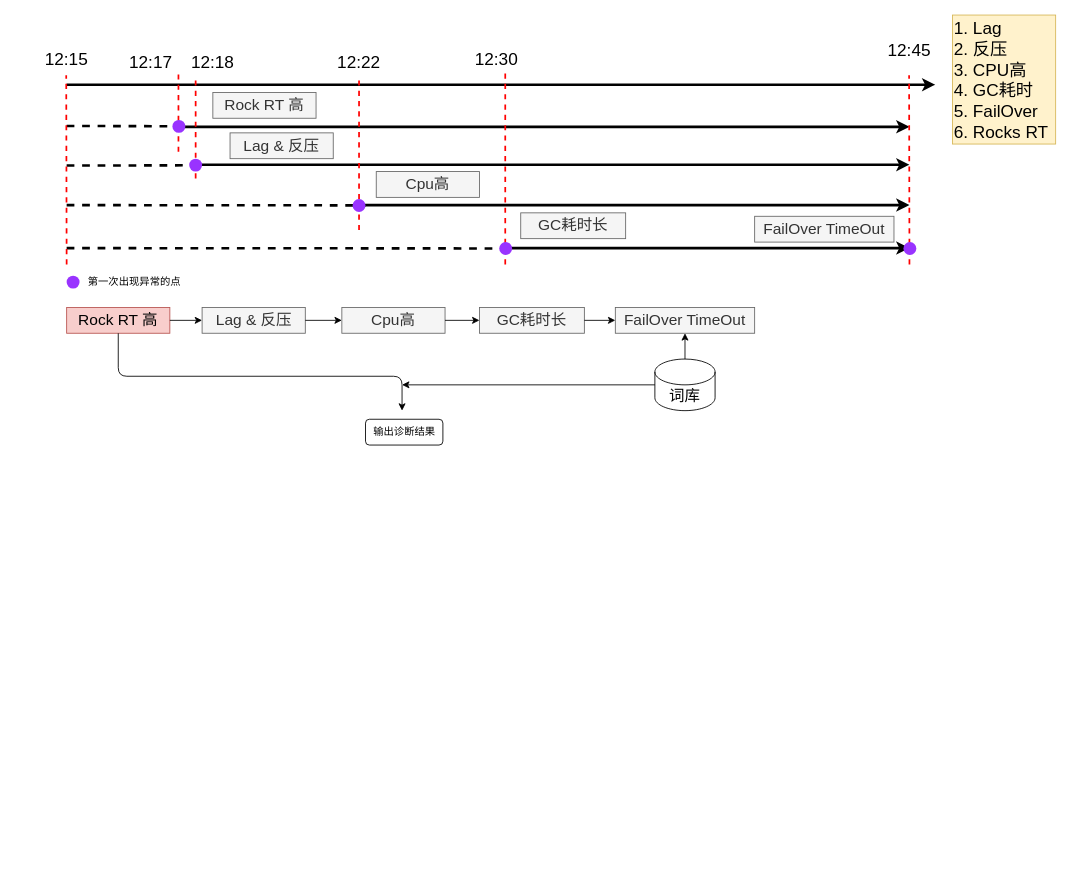
Above: daily-works/flink/Flink-Diagnosis.drawio in imperio-wxm/draw (draw.io), before the change. Source tidied: cells renumbered, new cells numbered last; positions are measured from the earlier drawing's top-left corner, leaving out a move shared by most shapes. Both pictures are drawn from the tidied source at 86%, with x=0, y=0 at pixel (32, 15).
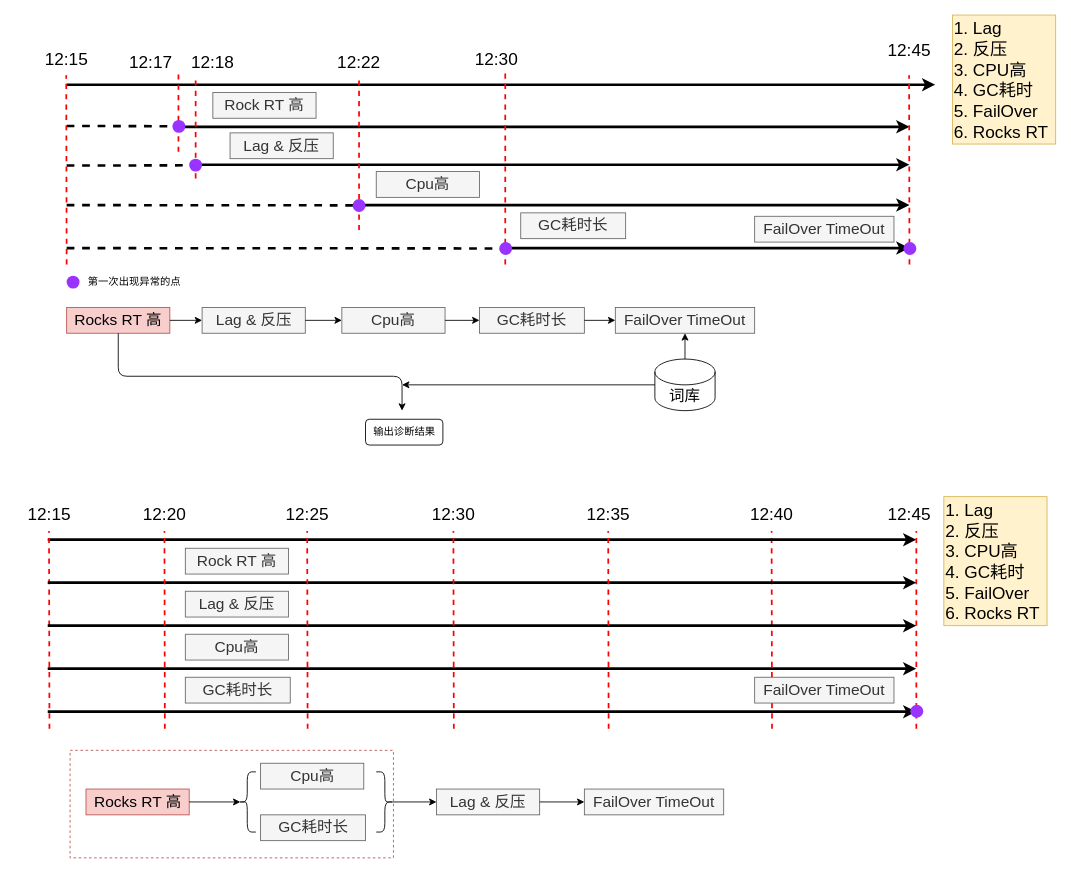
Above is the later version.

Diff of the diagram source:
```diff
@@
+    <mxCell id="51" style="rounded=0;whiteSpace=wrap;html=1;strokeWidth=1;dashed=1;strokeColor=#b85450;fillColor=none;" parent="1" vertex="1">
+      <mxGeometry x="44" y="855" width="376" height="125" as="geometry" />
+    </mxCell>
+    <mxCell id="52" style="endArrow=none;dashed=1;html=1;strokeColor=#FF0000;strokeWidth=2;" parent="1" edge="1">
+      <mxGeometry relative="1" as="geometry">
+        <mxPoint x="860.2" y="830" as="sourcePoint" />
+        <mxPoint x="859.7" y="600" as="targetPoint" />
+      </mxGeometry>
+    </mxCell>
@@
-    <mxCell id="37" value="&lt;font style=&quot;font-size: 18px&quot;&gt;Rock RT 高&lt;/font&gt;" style="text;html=1;strokeColor=#b85450;fillColor=#f8cecc;align=center;verticalAlign=middle;whiteSpace=wrap;rounded=0;" parent="1" vertex="1">
+    <mxCell id="37" value="&lt;font style=&quot;font-size: 18px&quot;&gt;Rocks RT 高&lt;/font&gt;" style="text;html=1;strokeColor=#b85450;fillColor=#f8cecc;align=center;verticalAlign=middle;whiteSpace=wrap;rounded=0;" parent="1" vertex="1">
       <mxGeometry x="40" y="340" width="120" height="30" as="geometry" />
     </mxCell>
@@
+    <mxCell id="53" style="endArrow=classic;html=1;strokeWidth=3;" parent="1" edge="1">
+      <mxGeometry relative="1" as="geometry">
+        <mxPoint x="18" y="610" as="sourcePoint" />
+        <mxPoint x="1028" y="610" as="targetPoint" />
+      </mxGeometry>
+    </mxCell>
+    <mxCell id="54" value="&lt;font style=&quot;font-size: 20px&quot;&gt;12:15&lt;/font&gt;" style="text;html=1;strokeColor=none;fillColor=none;align=center;verticalAlign=middle;whiteSpace=wrap;rounded=0;" parent="1" vertex="1">
+      <mxGeometry x="-20" y="570" width="80" height="20" as="geometry" />
+    </mxCell>
+    <mxCell id="55" value="&lt;font style=&quot;font-size: 20px&quot;&gt;12:45&lt;/font&gt;" style="text;html=1;strokeColor=none;fillColor=none;align=center;verticalAlign=middle;whiteSpace=wrap;rounded=0;" parent="1" vertex="1">
+      <mxGeometry x="980" y="570" width="80" height="20" as="geometry" />
+    </mxCell>
+    <mxCell id="56" value="&lt;div&gt;&lt;span style=&quot;font-size: 20px&quot;&gt;1. Lag&lt;/span&gt;&lt;/div&gt;&lt;span style=&quot;font-size: 20px&quot;&gt;&lt;div&gt;&lt;span&gt;2. 反压&lt;/span&gt;&lt;/div&gt;&lt;div&gt;&lt;span&gt;3. CPU高&lt;/span&gt;&lt;/div&gt;&lt;div&gt;&lt;span&gt;4. GC耗时&lt;/span&gt;&lt;/div&gt;&lt;div&gt;&lt;span&gt;5. FailOver&lt;/span&gt;&lt;/div&gt;&lt;div&gt;&lt;span&gt;6. Rocks RT&lt;/span&gt;&lt;/div&gt;&lt;/span&gt;" style="text;html=1;strokeColor=#d6b656;fillColor=#fff2cc;align=left;verticalAlign=middle;whiteSpace=wrap;rounded=0;" parent="1" vertex="1">
+      <mxGeometry x="1060" y="560" width="120" height="150" as="geometry" />
+    </mxCell>
+    <mxCell id="57" value="&lt;font style=&quot;font-size: 20px&quot;&gt;12:20&lt;/font&gt;" style="text;html=1;strokeColor=none;fillColor=none;align=center;verticalAlign=middle;whiteSpace=wrap;rounded=0;" parent="1" vertex="1">
+      <mxGeometry x="114" y="570" width="80" height="20" as="geometry" />
+    </mxCell>
+    <mxCell id="58" value="&lt;font style=&quot;font-size: 20px&quot;&gt;12:30&lt;/font&gt;" style="text;html=1;strokeColor=none;fillColor=none;align=center;verticalAlign=middle;whiteSpace=wrap;rounded=0;" parent="1" vertex="1">
+      <mxGeometry x="450" y="570" width="80" height="20" as="geometry" />
+    </mxCell>
+    <mxCell id="59" value="&lt;font style=&quot;font-size: 20px&quot;&gt;12:25&lt;/font&gt;" style="text;html=1;strokeColor=none;fillColor=none;align=center;verticalAlign=middle;whiteSpace=wrap;rounded=0;" parent="1" vertex="1">
+      <mxGeometry x="280" y="570" width="80" height="20" as="geometry" />
+    </mxCell>
+    <mxCell id="60" value="&lt;font style=&quot;font-size: 20px&quot;&gt;12:40&lt;/font&gt;" style="text;html=1;strokeColor=none;fillColor=none;align=center;verticalAlign=middle;whiteSpace=wrap;rounded=0;" parent="1" vertex="1">
+      <mxGeometry x="820" y="570" width="80" height="20" as="geometry" />
+    </mxCell>
+    <mxCell id="61" value="&lt;font style=&quot;font-size: 20px&quot;&gt;12:35&lt;/font&gt;" style="text;html=1;strokeColor=none;fillColor=none;align=center;verticalAlign=middle;whiteSpace=wrap;rounded=0;" parent="1" vertex="1">
+      <mxGeometry x="630" y="570" width="80" height="20" as="geometry" />
+    </mxCell>
+    <mxCell id="62" style="endArrow=none;dashed=1;html=1;strokeColor=#FF0000;strokeWidth=2;" parent="1" edge="1">
+      <mxGeometry relative="1" as="geometry">
+        <mxPoint x="20" y="830" as="sourcePoint" />
+        <mxPoint x="19.5" y="600" as="targetPoint" />
+      </mxGeometry>
+    </mxCell>
+    <mxCell id="63" style="endArrow=none;dashed=1;html=1;strokeColor=#FF0000;strokeWidth=2;" parent="1" edge="1">
+      <mxGeometry relative="1" as="geometry">
+        <mxPoint x="1028" y="830" as="sourcePoint" />
+        <mxPoint x="1028" y="600" as="targetPoint" />
+      </mxGeometry>
+    </mxCell>
+    <mxCell id="64" style="endArrow=classic;html=1;strokeWidth=3;" parent="1" edge="1">
+      <mxGeometry relative="1" as="geometry">
+        <mxPoint x="18" y="660" as="sourcePoint" />
+        <mxPoint x="1028" y="660" as="targetPoint" />
+      </mxGeometry>
+    </mxCell>
+    <mxCell id="65" style="endArrow=classic;html=1;strokeWidth=3;" parent="1" edge="1">
+      <mxGeometry relative="1" as="geometry">
+        <mxPoint x="18" y="710" as="sourcePoint" />
+        <mxPoint x="1028" y="710" as="targetPoint" />
+      </mxGeometry>
+    </mxCell>
+    <mxCell id="66" style="endArrow=classic;html=1;strokeWidth=3;" parent="1" edge="1">
+      <mxGeometry relative="1" as="geometry">
+        <mxPoint x="18" y="760" as="sourcePoint" />
+        <mxPoint x="1028" y="760" as="targetPoint" />
+      </mxGeometry>
+    </mxCell>
+    <mxCell id="67" value="&lt;font style=&quot;font-size: 18px&quot;&gt;Rock RT 高&lt;/font&gt;" style="text;html=1;strokeColor=#666666;fillColor=#f5f5f5;align=center;verticalAlign=middle;whiteSpace=wrap;rounded=0;fontColor=#333333;" parent="1" vertex="1">
+      <mxGeometry x="178" y="620" width="120" height="30" as="geometry" />
+    </mxCell>
+    <mxCell id="68" value="&lt;font style=&quot;font-size: 18px&quot;&gt;Lag &amp;amp; 反压&lt;/font&gt;" style="text;html=1;strokeColor=#666666;fillColor=#f5f5f5;align=center;verticalAlign=middle;whiteSpace=wrap;rounded=0;fontColor=#333333;" parent="1" vertex="1">
+      <mxGeometry x="178" y="670" width="120" height="30" as="geometry" />
+    </mxCell>
+    <mxCell id="69" value="&lt;span style=&quot;font-size: 18px&quot;&gt;Cpu高&lt;/span&gt;" style="text;html=1;strokeColor=#666666;fillColor=#f5f5f5;align=center;verticalAlign=middle;whiteSpace=wrap;rounded=0;fontColor=#333333;" parent="1" vertex="1">
+      <mxGeometry x="178" y="720" width="120" height="30" as="geometry" />
+    </mxCell>
+    <mxCell id="70" style="endArrow=classic;html=1;strokeWidth=3;" parent="1" edge="1">
+      <mxGeometry relative="1" as="geometry">
+        <mxPoint x="18" y="810" as="sourcePoint" />
+        <mxPoint x="1028" y="810" as="targetPoint" />
+      </mxGeometry>
+    </mxCell>
+    <mxCell id="71" value="&lt;span style=&quot;font-size: 18px&quot;&gt;GC耗时长&lt;/span&gt;" style="text;html=1;strokeColor=#666666;fillColor=#f5f5f5;align=center;verticalAlign=middle;whiteSpace=wrap;rounded=0;fontColor=#333333;" parent="1" vertex="1">
+      <mxGeometry x="178" y="770" width="122" height="30" as="geometry" />
+    </mxCell>
+    <mxCell id="72" style="ellipse;whiteSpace=wrap;html=1;strokeColor=none;fillColor=#9933FF;" parent="1" vertex="1">
+      <mxGeometry x="1021" y="802" width="15" height="15" as="geometry" />
+    </mxCell>
+    <mxCell id="73" value="&lt;span style=&quot;font-size: 18px&quot;&gt;FailOver TimeOut&lt;/span&gt;" style="text;html=1;strokeColor=#666666;fillColor=#f5f5f5;align=center;verticalAlign=middle;whiteSpace=wrap;rounded=0;fontColor=#333333;" parent="1" vertex="1">
+      <mxGeometry x="840" y="770" width="162" height="30" as="geometry" />
+    </mxCell>
+    <mxCell id="74" style="endArrow=none;dashed=1;html=1;strokeColor=#FF0000;strokeWidth=2;" parent="1" edge="1">
+      <mxGeometry relative="1" as="geometry">
+        <mxPoint x="154.2" y="830" as="sourcePoint" />
+        <mxPoint x="153.7" y="600" as="targetPoint" />
+      </mxGeometry>
+    </mxCell>
+    <mxCell id="75" style="endArrow=none;dashed=1;html=1;strokeColor=#FF0000;strokeWidth=2;" parent="1" edge="1">
+      <mxGeometry relative="1" as="geometry">
+        <mxPoint x="320.2" y="830" as="sourcePoint" />
+        <mxPoint x="319.7" y="600" as="targetPoint" />
+      </mxGeometry>
+    </mxCell>
+    <mxCell id="76" style="endArrow=none;dashed=1;html=1;strokeColor=#FF0000;strokeWidth=2;" parent="1" edge="1">
+      <mxGeometry relative="1" as="geometry">
+        <mxPoint x="490.2" y="830" as="sourcePoint" />
+        <mxPoint x="489.7" y="600" as="targetPoint" />
+      </mxGeometry>
+    </mxCell>
+    <mxCell id="77" style="endArrow=none;dashed=1;html=1;strokeColor=#FF0000;strokeWidth=2;" parent="1" edge="1">
+      <mxGeometry relative="1" as="geometry">
+        <mxPoint x="670.2" y="830" as="sourcePoint" />
+        <mxPoint x="669.7" y="600" as="targetPoint" />
+      </mxGeometry>
+    </mxCell>
+    <mxCell id="78" value="&lt;font style=&quot;font-size: 18px&quot;&gt;Rocks RT 高&lt;/font&gt;" style="text;html=1;strokeColor=#b85450;fillColor=#f8cecc;align=center;verticalAlign=middle;whiteSpace=wrap;rounded=0;" parent="1" vertex="1">
+      <mxGeometry x="62.5" y="900" width="120" height="30" as="geometry" />
+    </mxCell>
+    <mxCell id="79" value="&lt;span style=&quot;font-size: 18px&quot;&gt;Cpu高&lt;/span&gt;" style="text;html=1;strokeColor=#666666;fillColor=#f5f5f5;align=center;verticalAlign=middle;whiteSpace=wrap;rounded=0;fontColor=#333333;" parent="1" vertex="1">
+      <mxGeometry x="265.5" y="870" width="120" height="30" as="geometry" />
+    </mxCell>
+    <mxCell id="80" value="&lt;span style=&quot;font-size: 18px&quot;&gt;GC耗时长&lt;/span&gt;" style="text;html=1;strokeColor=#666666;fillColor=#f5f5f5;align=center;verticalAlign=middle;whiteSpace=wrap;rounded=0;fontColor=#333333;" parent="1" vertex="1">
+      <mxGeometry x="265.5" y="930" width="122" height="30" as="geometry" />
+    </mxCell>
+    <mxCell id="81" value="&lt;font style=&quot;font-size: 18px&quot;&gt;Lag &amp;amp; 反压&lt;/font&gt;" style="text;html=1;strokeColor=#666666;fillColor=#f5f5f5;align=center;verticalAlign=middle;whiteSpace=wrap;rounded=0;fontColor=#333333;" parent="1" vertex="1">
+      <mxGeometry x="470" y="900" width="120" height="30" as="geometry" />
+    </mxCell>
+    <mxCell id="82" style="shape=curlyBracket;whiteSpace=wrap;html=1;rounded=1;strokeWidth=1;fillColor=#ffffff;gradientColor=none;rotation=-180;" parent="1" vertex="1">
+      <mxGeometry x="400" y="880" width="20" height="70" as="geometry" />
+    </mxCell>
+    <mxCell id="83" style="shape=curlyBracket;whiteSpace=wrap;html=1;rounded=1;strokeWidth=1;fillColor=#ffffff;gradientColor=none;rotation=0;" parent="1" vertex="1">
+      <mxGeometry x="240" y="880" width="20" height="70" as="geometry" />
+    </mxCell>
+    <mxCell id="84" style="endArrow=classic;html=1;strokeColor=#000000;strokeWidth=1;exitX=1;exitY=0.5;exitDx=0;exitDy=0;entryX=0.1;entryY=0.5;entryDx=0;entryDy=0;entryPerimeter=0;" parent="1" edge="1" source="78" target="83">
+      <mxGeometry relative="1" as="geometry" />
+    </mxCell>
+    <mxCell id="85" style="endArrow=classic;html=1;strokeColor=#000000;strokeWidth=1;exitX=0.1;exitY=0.5;exitDx=0;exitDy=0;entryX=0;entryY=0.5;entryDx=0;entryDy=0;exitPerimeter=0;" parent="1" edge="1" source="82" target="81">
+      <mxGeometry relative="1" as="geometry" />
+    </mxCell>
+    <mxCell id="86" value="&lt;span style=&quot;font-size: 18px&quot;&gt;FailOver TimeOut&lt;/span&gt;" style="text;html=1;strokeColor=#666666;fillColor=#f5f5f5;align=center;verticalAlign=middle;whiteSpace=wrap;rounded=0;fontColor=#333333;" parent="1" vertex="1">
+      <mxGeometry x="642" y="900" width="162" height="30" as="geometry" />
+    </mxCell>
+    <mxCell id="87" style="endArrow=classic;html=1;strokeColor=#000000;strokeWidth=1;exitX=1;exitY=0.5;exitDx=0;exitDy=0;entryX=0;entryY=0.5;entryDx=0;entryDy=0;" parent="1" edge="1" source="81" target="86">
+      <mxGeometry relative="1" as="geometry" />
+    </mxCell>
```
